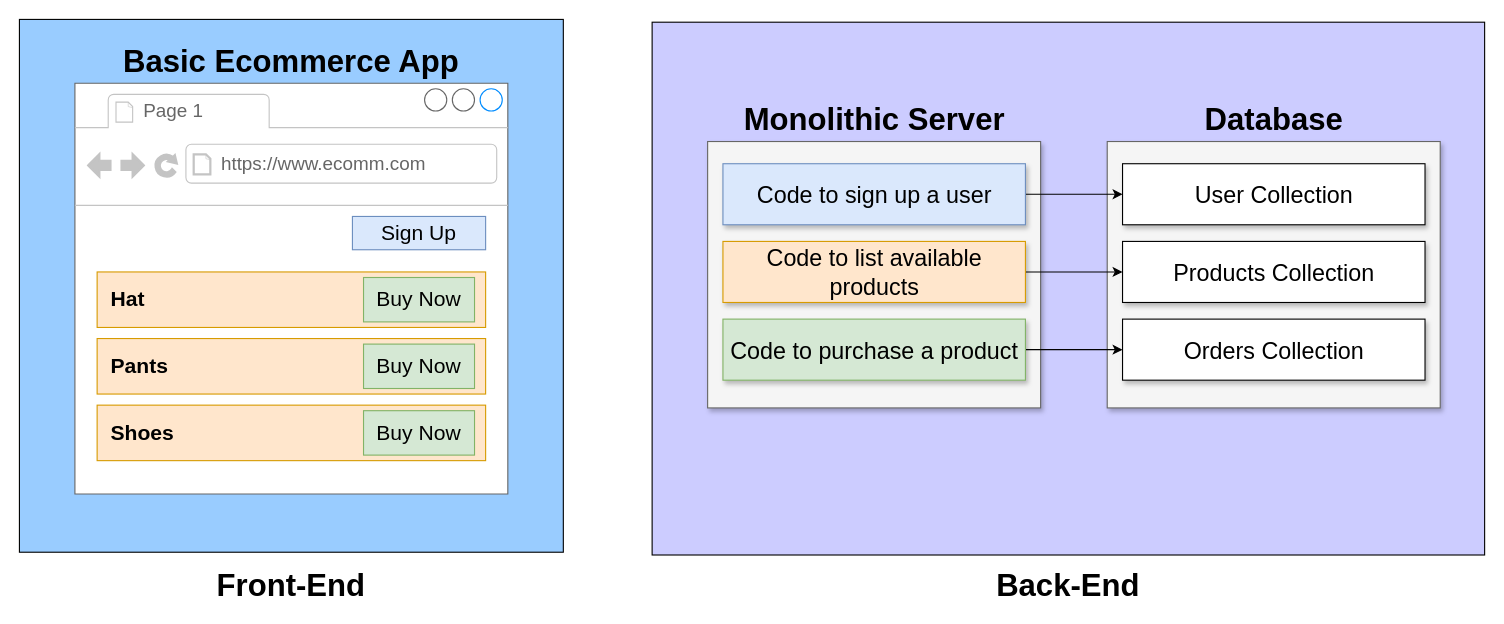
Above: page "04" (4 of 8) of class/03-basic-micro-services/03-basic-micro-services.drawio in scalable-web-systems/497s-F22 (draw.io), before the change. Source tidied: cells renumbered, new cells numbered last; positions are measured from the earlier drawing's top-left corner, leaving out a move shared by most shapes. Both pictures are drawn from the tidied source at 111%, with x=0, y=0 at pixel (19, 19).
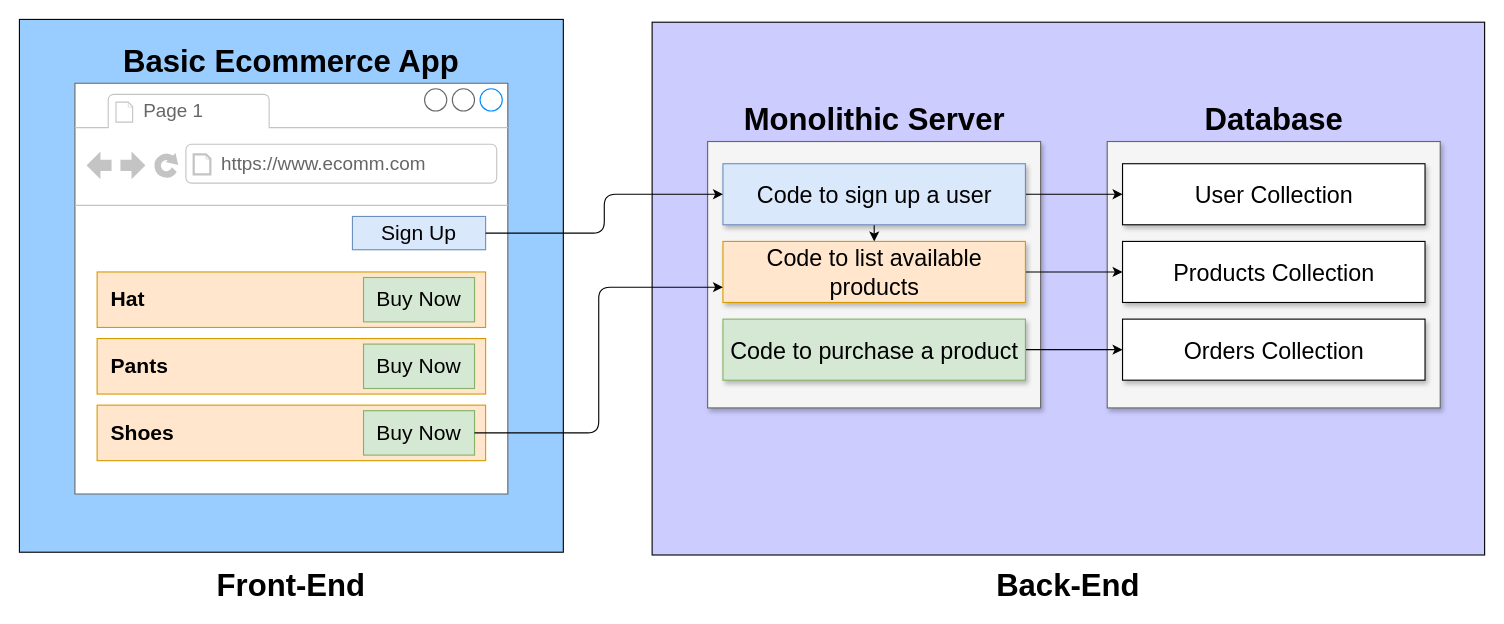
The same diagram, later.

The change refers to these unchanged cells:
```xml
<mxCell id="8" value="Code to sign up a user" style="rounded=0;whiteSpace=wrap;html=1;shadow=1;fontSize=21;fillColor=#dae8fc;strokeColor=#6c8ebf;" parent="1" vertex="1">
  <mxGeometry x="633.8" y="130" width="272.5" height="55" as="geometry" />
</mxCell>
<mxCell id="10" value="Code to list available products" style="rounded=0;whiteSpace=wrap;html=1;shadow=1;fontSize=21;fillColor=#ffe6cc;strokeColor=#d79b00;" parent="1" vertex="1">
  <mxGeometry x="633.8" y="200" width="272.5" height="55" as="geometry" />
</mxCell>
<mxCell id="20" value="Sign Up" style="rounded=0;whiteSpace=wrap;html=1;shadow=0;fontSize=19;fillColor=#dae8fc;strokeColor=#6c8ebf;" parent="17" vertex="1">
  <mxGeometry x="250" y="120" width="120" height="30" as="geometry" />
</mxCell>
<mxCell id="26" value="Buy Now" style="rounded=0;whiteSpace=wrap;html=1;shadow=0;fontSize=19;fillColor=#d5e8d4;strokeColor=#82b366;" parent="17" vertex="1">
  <mxGeometry x="260" y="295" width="100" height="40" as="geometry" />
</mxCell>
```

The edit, as a diff of the source:
```diff
@@
+    <mxCell id="30" style="edgeStyle=orthogonalEdgeStyle;html=1;exitX=0.5;exitY=1;exitDx=0;exitDy=0;" parent="1" edge="1" source="8" target="10">
+      <mxGeometry relative="1" as="geometry" />
+    </mxCell>
@@
+    <mxCell id="31" style="edgeStyle=orthogonalEdgeStyle;html=1;entryX=0;entryY=0.75;entryDx=0;entryDy=0;" parent="1" edge="1" source="26" target="10">
+      <mxGeometry relative="1" as="geometry" />
+    </mxCell>
+    <mxCell id="32" style="edgeStyle=orthogonalEdgeStyle;html=1;exitX=1;exitY=0.5;exitDx=0;exitDy=0;entryX=0;entryY=0.5;entryDx=0;entryDy=0;" parent="1" edge="1" source="20" target="8">
+      <mxGeometry relative="1" as="geometry" />
+    </mxCell>
```
